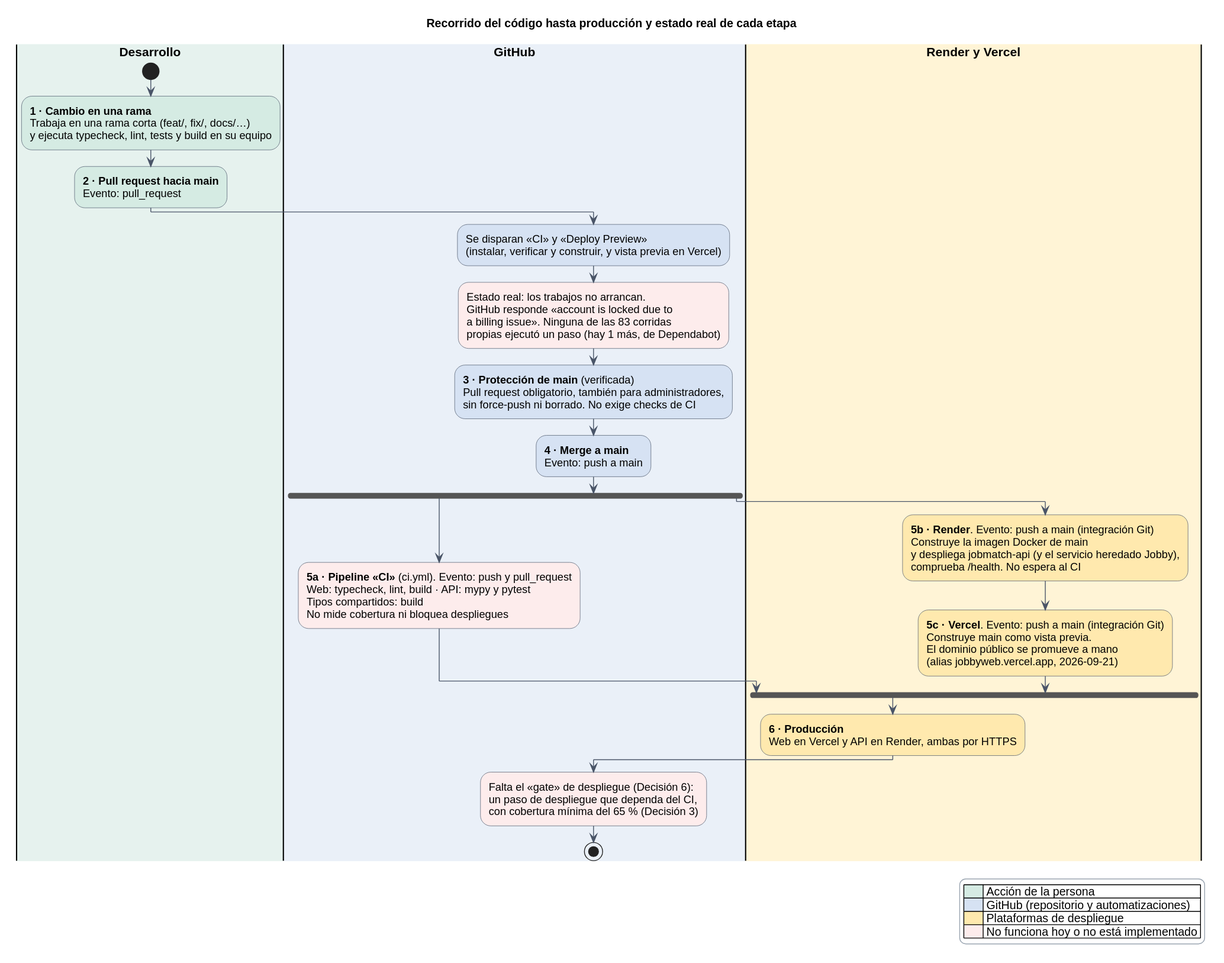
Buatishi/Jobby keeps this PlantUML diagram as docs/diagramas/recorrido-del-codigo.svg. Above is the earlier version.
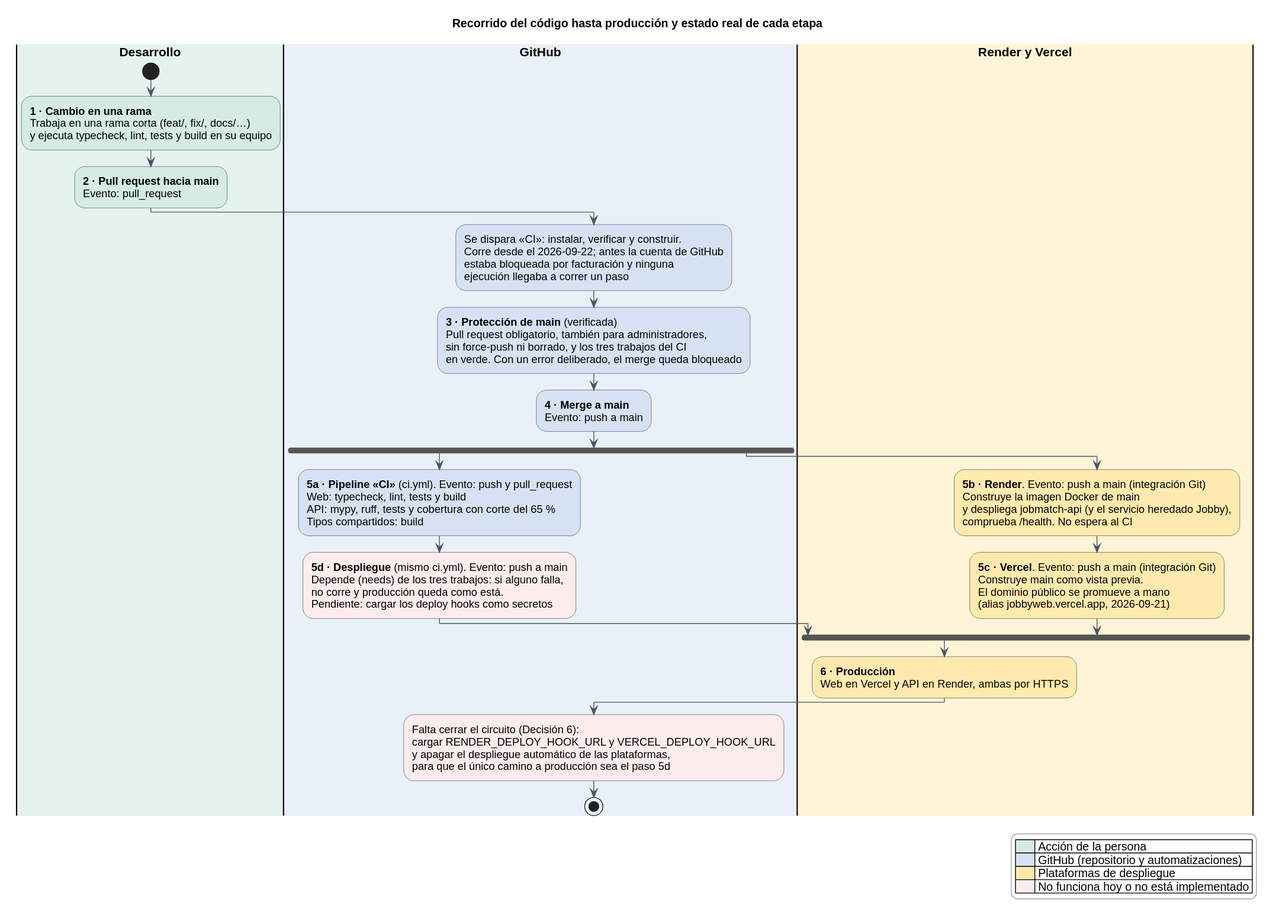
After the commit.

Commit message:
Update the pipeline documentation now that it runs and blocks the deploy

What changed in the source:
```diff
@@ -25,22 +25,25 @@
 :**2 · Pull request hacia main**
 Evento: pull_request; <<#D5EBE3>>
 |GitHub|
-:Se disparan «CI» y «Deploy Preview»
-(instalar, verificar y construir, y vista previa en Vercel); <<#D6E2F3>>
-:Estado real: los trabajos no arrancan.
-GitHub responde «account is locked due to
-a billing issue». Ninguna de las 83 corridas
-propias ejecutó un paso (hay 1 más, de Dependabot); <<#FDECEC>>
+:Se dispara «CI»: instalar, verificar y construir.
+Corre desde el 2026-09-22; antes la cuenta de GitHub
+estaba bloqueada por facturación y ninguna
+ejecución llegaba a correr un paso; <<#D6E2F3>>
 :**3 · Protección de main** (verificada)
 Pull request obligatorio, también para administradores,
-sin force-push ni borrado. No exige checks de CI; <<#D6E2F3>>
+sin force-push ni borrado, y los tres trabajos del CI
+en verde. Con un error deliberado, el merge queda bloqueado; <<#D6E2F3>>
 :**4 · Merge a main**
 Evento: push a main; <<#D6E2F3>>
 fork
   :**5a · Pipeline «CI»** (ci.yml). Evento: push y pull_request
-  Web: typecheck, lint, build · API: mypy y pytest
-  Tipos compartidos: build
-  No mide cobertura ni bloquea despliegues; <<#FDECEC>>
+  Web: typecheck, lint, tests y build
+  API: mypy, ruff, tests y cobertura con corte del 65 %
+  Tipos compartidos: build; <<#D6E2F3>>
+  :**5d · Despliegue** (mismo ci.yml). Evento: push a main
+  Depende (needs) de los tres trabajos: si alguno falla,
+  no corre y producción queda como está.
+  Pendiente: cargar los deploy hooks como secretos; <<#FDECEC>>
 fork again
   |Render y Vercel|
   :**5b · Render**. Evento: push a main (integración Git)
@@ -55,9 +58,10 @@
 :**6 · Producción**
 Web en Vercel y API en Render, ambas por HTTPS; <<#FFE9AE>>
 |GitHub|
-:Falta el «gate» de despliegue (Decisión 6):
-un paso de despliegue que dependa del CI,
-con cobertura mínima del 65 % (Decisión 3); <<#FDECEC>>
+:Falta cerrar el circuito (Decisión 6):
+cargar RENDER_DEPLOY_HOOK_URL y VERCEL_DEPLOY_HOOK_URL
+y apagar el despliegue automático de las plataformas,
+para que el único camino a producción sea el paso 5d; <<#FDECEC>>
 stop
 
 legend right
```
